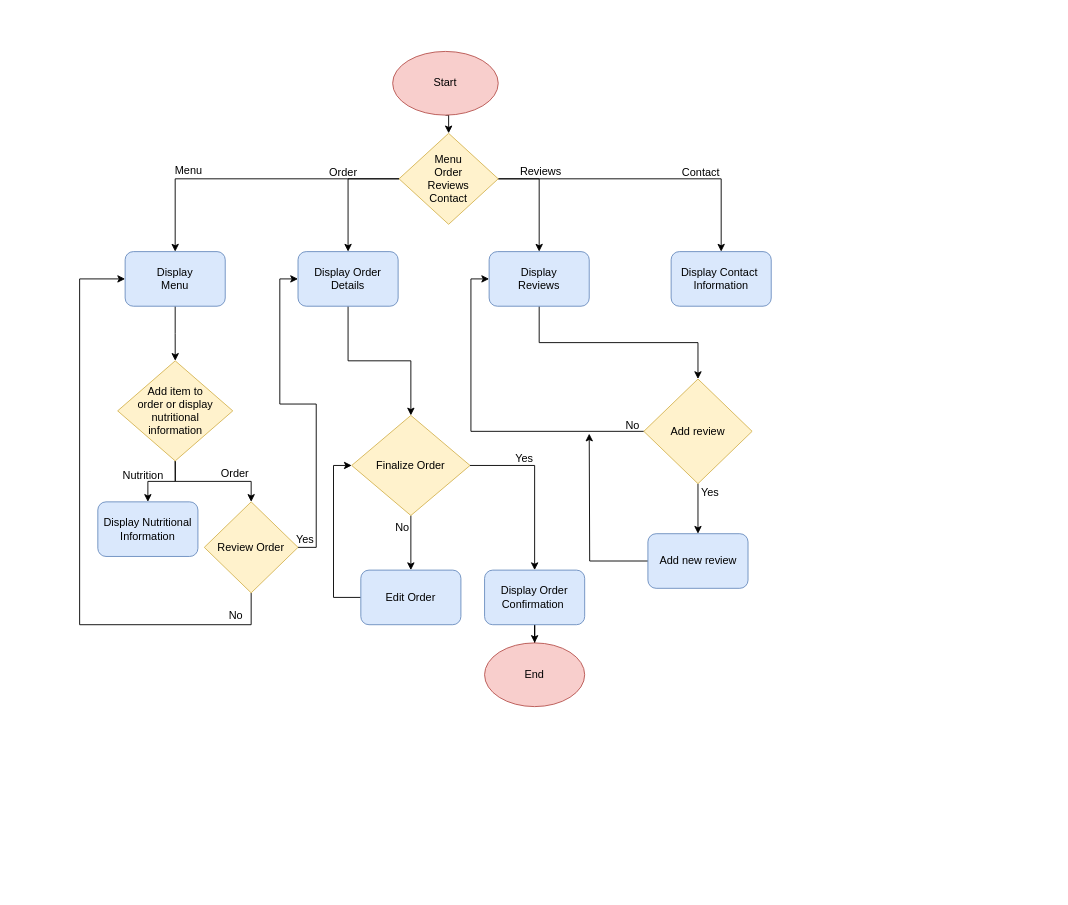
The draw.io diagram Untitled Diagram.drawio in MendezJennifer/YummyNummies, before the edit. Source tidied: cells renumbered, new cells numbered last; positions are measured from the earlier drawing's top-left corner, leaving out a move shared by most shapes. Both pictures are drawn from the tidied source at 91%, with x=0, y=0 at pixel (15, 15).
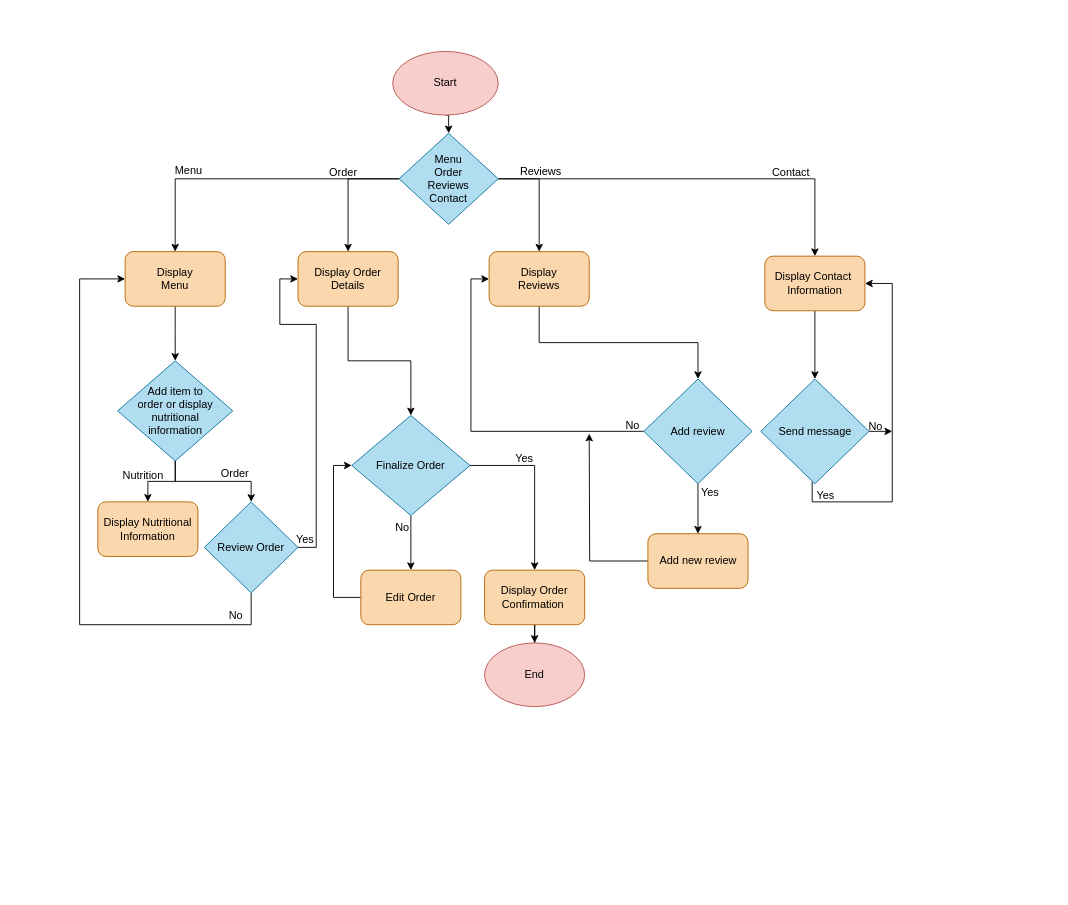
Above is the later version.

The edit, as a diff of the source:
```diff
@@
     <mxCell id="2" style="whiteSpace=wrap;html=1;strokeColor=none;" parent="1" vertex="1">
-      <mxGeometry width="920" height="960" as="geometry" />
+      <mxGeometry width="1140" height="960" as="geometry" />
     </mxCell>
@@
-    <mxCell id="9" value="Menu&lt;br&gt;Order&lt;br&gt;Reviews&lt;br&gt;Contact" style="rhombus;whiteSpace=wrap;html=1;fillColor=#fff2cc;strokeColor=#d6b656;" parent="1" vertex="1">
+    <mxCell id="9" value="Menu&lt;br&gt;Order&lt;br&gt;Reviews&lt;br&gt;Contact" style="rhombus;whiteSpace=wrap;html=1;fillColor=#b1ddf0;strokeColor=#10739e;" parent="1" vertex="1">
       <mxGeometry x="421" y="129" width="109" height="100" as="geometry" />
     </mxCell>
@@
-    <mxCell id="11" value="Display&lt;br&gt;Menu" style="rounded=1;whiteSpace=wrap;html=1;fillColor=#dae8fc;strokeColor=#6c8ebf;" parent="1" vertex="1">
+    <mxCell id="11" value="Display&lt;br&gt;Menu" style="rounded=1;whiteSpace=wrap;html=1;fillColor=#fad7ac;strokeColor=#b46504;" parent="1" vertex="1">
       <mxGeometry x="120" y="259" width="110" height="60" as="geometry" />
     </mxCell>
@@
-    <mxCell id="13" value="Display Order&lt;br&gt;Details" style="rounded=1;whiteSpace=wrap;html=1;fillColor=#dae8fc;strokeColor=#6c8ebf;" parent="1" vertex="1">
+    <mxCell id="13" value="Display Order&lt;br&gt;Details" style="rounded=1;whiteSpace=wrap;html=1;fillColor=#fad7ac;strokeColor=#b46504;" parent="1" vertex="1">
       <mxGeometry x="310" y="259" width="110" height="60" as="geometry" />
     </mxCell>
@@
-    <mxCell id="15" value="Display&lt;br&gt;Reviews" style="rounded=1;whiteSpace=wrap;html=1;fillColor=#dae8fc;strokeColor=#6c8ebf;" parent="1" vertex="1">
+    <mxCell id="15" value="Display&lt;br&gt;Reviews" style="rounded=1;whiteSpace=wrap;html=1;fillColor=#fad7ac;strokeColor=#b46504;" parent="1" vertex="1">
       <mxGeometry x="520" y="259" width="110" height="60" as="geometry" />
     </mxCell>
+    <mxCell id="49" style="edgeStyle=orthogonalEdgeStyle;rounded=0;jettySize=auto;html=1;exitX=0.5;exitY=1;exitDx=0;exitDy=0;" parent="1" edge="1" source="16" target="51">
+      <mxGeometry relative="1" as="geometry" />
+    </mxCell>
-    <mxCell id="16" value="Display Contact&amp;nbsp;&lt;br&gt;Information" style="rounded=1;whiteSpace=wrap;html=1;fillColor=#dae8fc;strokeColor=#6c8ebf;" parent="1" vertex="1">
-      <mxGeometry x="720" y="259" width="110" height="60" as="geometry" />
+    <mxCell id="16" value="Display Contact&amp;nbsp;&lt;br&gt;Information" style="rounded=1;whiteSpace=wrap;html=1;fillColor=#fad7ac;strokeColor=#b46504;" parent="1" vertex="1">
+      <mxGeometry x="823" y="264" width="110" height="60" as="geometry" />
     </mxCell>
@@
-    <mxCell id="19" value="Add item to &lt;br&gt;order or display nutritional &lt;br&gt;information" style="rhombus;whiteSpace=wrap;html=1;fillColor=#fff2cc;strokeColor=#d6b656;" parent="1" vertex="1">
+    <mxCell id="19" value="Add item to &lt;br&gt;order or display nutritional &lt;br&gt;information" style="rhombus;whiteSpace=wrap;html=1;fillColor=#b1ddf0;strokeColor=#10739e;" parent="1" vertex="1">
       <mxGeometry x="111.8" y="379" width="126.5" height="110" as="geometry" />
     </mxCell>
-    <mxCell id="20" value="Display Nutritional Information" style="rounded=1;whiteSpace=wrap;html=1;fillColor=#dae8fc;strokeColor=#6c8ebf;" parent="1" vertex="1">
+    <mxCell id="20" value="Display Nutritional Information" style="rounded=1;whiteSpace=wrap;html=1;fillColor=#fad7ac;strokeColor=#b46504;" parent="1" vertex="1">
       <mxGeometry x="90" y="534" width="110" height="60" as="geometry" />
     </mxCell>
@@
-    <mxCell id="23" value="Finalize Order" style="rhombus;whiteSpace=wrap;html=1;fillColor=#fff2cc;strokeColor=#d6b656;" parent="1" vertex="1">
+    <mxCell id="23" value="Finalize Order" style="rhombus;whiteSpace=wrap;html=1;fillColor=#b1ddf0;strokeColor=#10739e;" parent="1" vertex="1">
       <mxGeometry x="369" y="439" width="130" height="110" as="geometry" />
     </mxCell>
@@
-    <mxCell id="25" value="Display Order Confirmation&amp;nbsp;" style="rounded=1;whiteSpace=wrap;html=1;fillColor=#dae8fc;strokeColor=#6c8ebf;" parent="1" vertex="1">
+    <mxCell id="25" value="Display Order Confirmation&amp;nbsp;" style="rounded=1;whiteSpace=wrap;html=1;fillColor=#fad7ac;strokeColor=#b46504;" parent="1" vertex="1">
       <mxGeometry x="515" y="609" width="110" height="60" as="geometry" />
     </mxCell>
@@
-    <mxCell id="28" value="Add review" style="rhombus;whiteSpace=wrap;html=1;fillColor=#fff2cc;strokeColor=#d6b656;" parent="1" vertex="1">
+    <mxCell id="28" value="Add review" style="rhombus;whiteSpace=wrap;html=1;fillColor=#b1ddf0;strokeColor=#10739e;" parent="1" vertex="1">
       <mxGeometry x="690" y="399" width="119" height="115" as="geometry" />
     </mxCell>
@@
-    <mxCell id="30" value="Add new review" style="rounded=1;whiteSpace=wrap;html=1;fillColor=#dae8fc;strokeColor=#6c8ebf;" parent="1" vertex="1">
+    <mxCell id="30" value="Add new review" style="rounded=1;whiteSpace=wrap;html=1;fillColor=#fad7ac;strokeColor=#b46504;" parent="1" vertex="1">
       <mxGeometry x="694.5" y="569" width="110" height="60" as="geometry" />
     </mxCell>
@@
     <mxCell id="32" style="edgeStyle=orthogonalEdgeStyle;rounded=0;jettySize=auto;html=1;exitX=1;exitY=0.5;exitDx=0;exitDy=0;entryX=0;entryY=0.5;entryDx=0;entryDy=0;" parent="1" edge="1" source="34" target="13">
-      <mxGeometry relative="1" as="geometry" />
+      <mxGeometry relative="1" as="geometry">
+        <Array as="points">
+          <mxPoint x="330" y="584" />
+          <mxPoint x="330" y="339" />
+          <mxPoint x="290" y="339" />
+          <mxPoint x="290" y="289" />
+        </Array>
+      </mxGeometry>
     </mxCell>
@@
-    <mxCell id="34" value="Review Order" style="rhombus;whiteSpace=wrap;html=1;fillColor=#fff2cc;strokeColor=#d6b656;" parent="1" vertex="1">
+    <mxCell id="34" value="Review Order" style="rhombus;whiteSpace=wrap;html=1;fillColor=#b1ddf0;strokeColor=#10739e;" parent="1" vertex="1">
       <mxGeometry x="207" y="534" width="103" height="100" as="geometry" />
     </mxCell>
@@
-    <mxCell id="36" value="Edit Order" style="rounded=1;whiteSpace=wrap;html=1;fillColor=#dae8fc;strokeColor=#6c8ebf;" parent="1" vertex="1">
+    <mxCell id="36" value="Edit Order" style="rounded=1;whiteSpace=wrap;html=1;fillColor=#fad7ac;strokeColor=#b46504;" parent="1" vertex="1">
       <mxGeometry x="379" y="609" width="110" height="60" as="geometry" />
     </mxCell>
@@
     <mxCell id="44" value="Contact" style="text;html=1;strokeColor=none;fillColor=none;align=center;verticalAlign=middle;whiteSpace=wrap;rounded=0;" parent="1" vertex="1">
-      <mxGeometry x="722.5" y="157" width="60" height="30" as="geometry" />
+      <mxGeometry x="821.5" y="157" width="60" height="30" as="geometry" />
     </mxCell>
@@
+    <mxCell id="50" style="edgeStyle=orthogonalEdgeStyle;rounded=0;jettySize=auto;html=1;exitX=1;exitY=0.5;exitDx=0;exitDy=0;" parent="1" edge="1" source="51">
+      <mxGeometry relative="1" as="geometry">
+        <mxPoint x="963" y="457" as="targetPoint" />
+      </mxGeometry>
+    </mxCell>
+    <mxCell id="51" value="Send message" style="rhombus;whiteSpace=wrap;html=1;fillColor=#b1ddf0;strokeColor=#10739e;" parent="1" vertex="1">
+      <mxGeometry x="818.5" y="399" width="119" height="115" as="geometry" />
+    </mxCell>
+    <mxCell id="52" style="edgeStyle=orthogonalEdgeStyle;rounded=0;jettySize=auto;html=1;exitX=0.25;exitY=0;exitDx=0;exitDy=0;entryX=1;entryY=0.5;entryDx=0;entryDy=0;" parent="1" edge="1" source="53" target="16">
+      <mxGeometry relative="1" as="geometry">
+        <Array as="points">
+          <mxPoint x="875" y="534" />
+          <mxPoint x="963" y="534" />
+          <mxPoint x="963" y="294" />
+        </Array>
+      </mxGeometry>
+    </mxCell>
+    <mxCell id="53" value="Yes" style="text;html=1;strokeColor=none;fillColor=none;align=center;verticalAlign=middle;whiteSpace=wrap;rounded=0;" parent="1" vertex="1">
+      <mxGeometry x="860" y="512" width="60" height="30" as="geometry" />
+    </mxCell>
+    <mxCell id="54" value="No" style="text;html=1;strokeColor=none;fillColor=none;align=center;verticalAlign=middle;whiteSpace=wrap;rounded=0;" parent="1" vertex="1">
+      <mxGeometry x="915" y="436" width="60" height="30" as="geometry" />
+    </mxCell>
```
